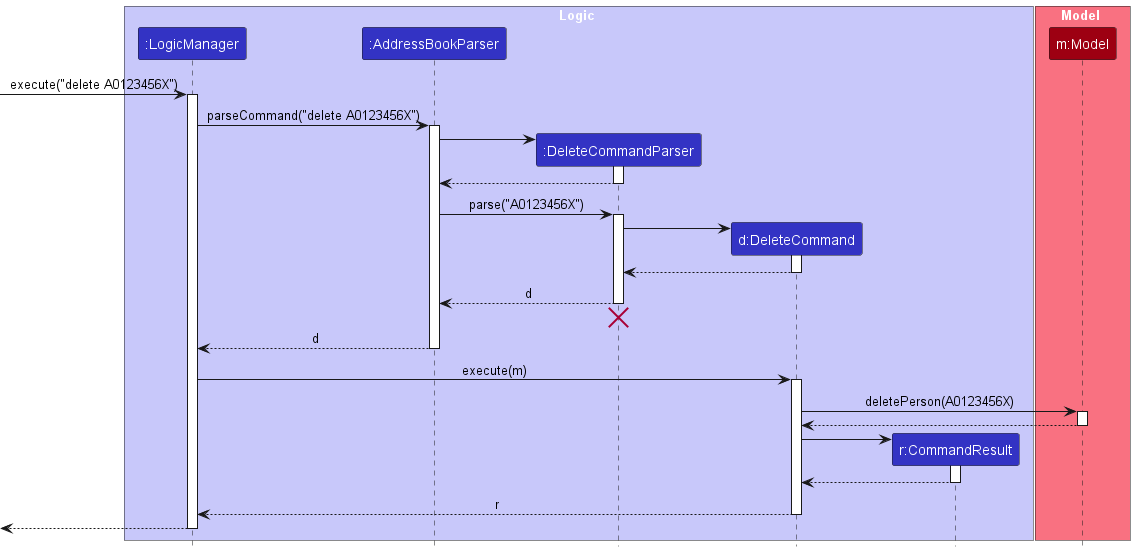
This is docs/images/DeleteSequenceDiagram.png from nus-cs2103-AY2324S2/tp, a PlantUML export, as it was before one commit.
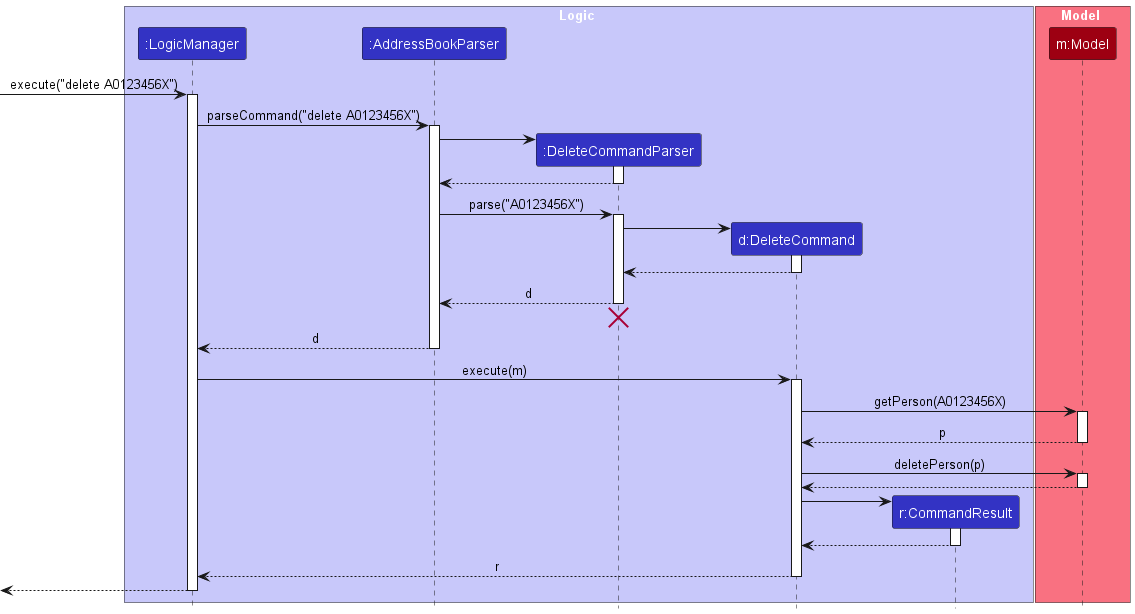
After the commit.

Diff of the diagram source:
```diff
@@ -48,7 +48,13 @@
 LogicManager -> DeleteCommand : execute(m)
 activate DeleteCommand
 
-DeleteCommand -> Model : deletePerson(A0123456X)
+DeleteCommand -> Model : getPerson(A0123456X)
+activate Model
+
+Model --> DeleteCommand : p
+deactivate Model
+
+DeleteCommand -> Model : deletePerson(p)
 activate Model
 
 Model --> DeleteCommand
```
